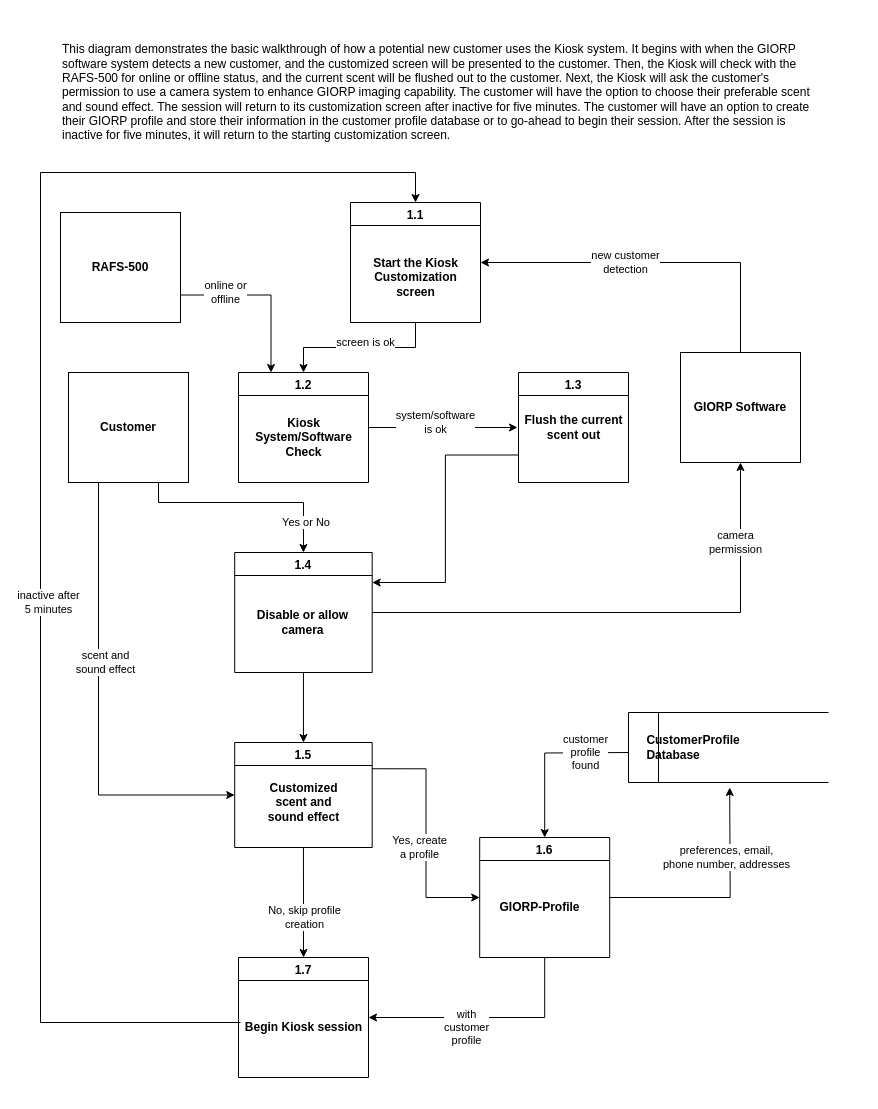
Before: Untitled Diagram.drawio in paige71/Draw.io, a draw.io diagram. Source tidied: cells renumbered, new cells numbered last; positions are measured from the earlier drawing's top-left corner, leaving out a move shared by most shapes. Both pictures are drawn from the tidied source at 100%, with x=0, y=0 at pixel (40, 42).
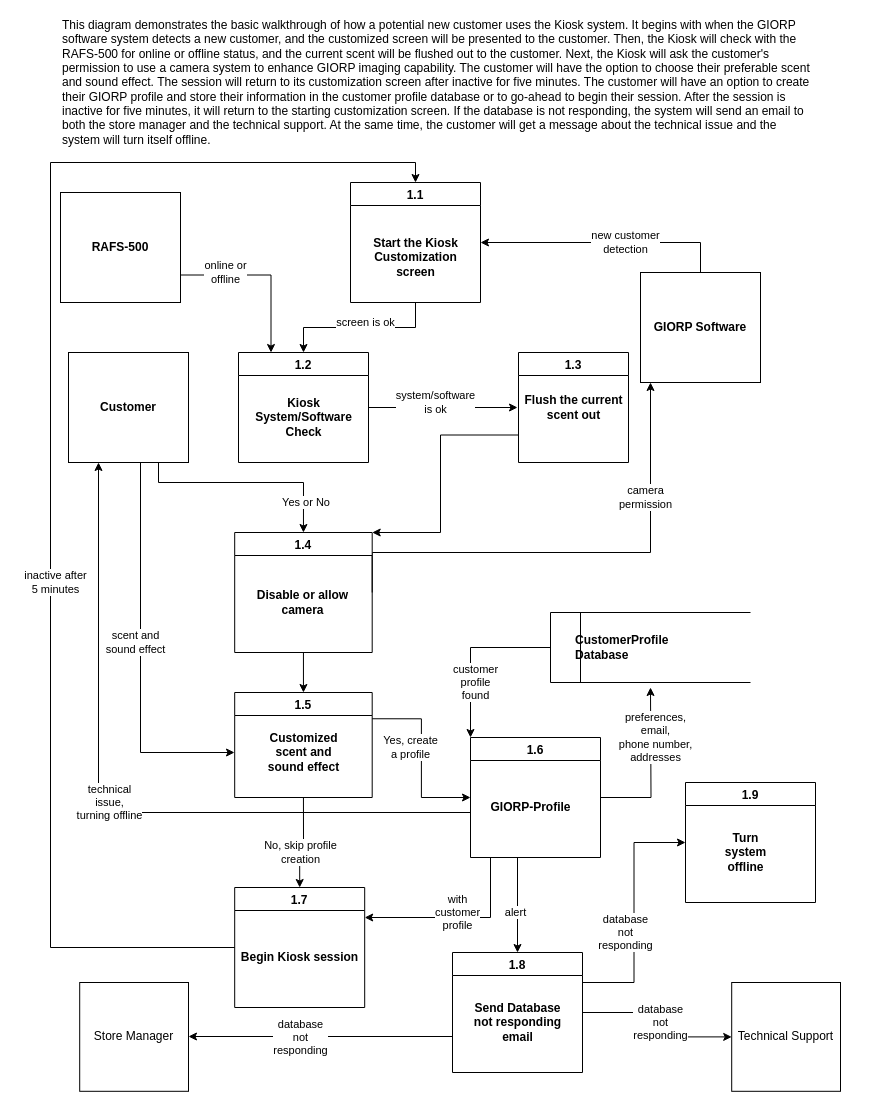
The same page after the edit.

Diff of the diagram source:
```diff
@@
-    <mxCell id="2" style="edgeStyle=orthogonalEdgeStyle;rounded=0;jettySize=auto;html=1;exitX=0.25;exitY=1;exitDx=0;exitDy=0;entryX=0;entryY=0.5;entryDx=0;entryDy=0;" parent="1" edge="1" source="4" target="24">
-      <mxGeometry relative="1" as="geometry" />
+    <mxCell id="2" style="edgeStyle=orthogonalEdgeStyle;rounded=0;jettySize=auto;html=1;exitX=0.25;exitY=1;exitDx=0;exitDy=0;" parent="1" edge="1" source="4">
+      <mxGeometry relative="1" as="geometry">
+        <mxPoint x="194" y="710" as="targetPoint" />
+        <Array as="points">
+          <mxPoint x="100" y="420" />
+          <mxPoint x="100" y="710" />
+          <mxPoint x="194" y="710" />
+        </Array>
+      </mxGeometry>
     </mxCell>
     <mxCell id="3" style="edgeStyle=orthogonalEdgeStyle;rounded=0;jettySize=auto;html=1;exitX=0.75;exitY=1;exitDx=0;exitDy=0;entryX=0.5;entryY=0;entryDx=0;entryDy=0;" parent="1" edge="1" source="4" target="39">
       <mxGeometry relative="1" as="geometry">
         <Array as="points">
-          <mxPoint x="118" y="460" />
-          <mxPoint x="263" y="460" />
+          <mxPoint x="118" y="440" />
+          <mxPoint x="263" y="440" />
         </Array>
       </mxGeometry>
     </mxCell>
     <mxCell id="4" value="&lt;b&gt;Customer&lt;/b&gt;" style="rounded=0;whiteSpace=wrap;html=1;" parent="1" vertex="1">
-      <mxGeometry x="28" y="330" width="120" height="110" as="geometry" />
+      <mxGeometry x="28" y="310" width="120" height="110" as="geometry" />
     </mxCell>
@@
     <mxCell id="6" value="1.1" style="swimlane;" parent="1" vertex="1">
-      <mxGeometry x="310" y="160" width="130" height="120" as="geometry" />
+      <mxGeometry x="310" y="140" width="130" height="120" as="geometry" />
     </mxCell>
@@
     <mxCell id="8" style="edgeStyle=orthogonalEdgeStyle;rounded=0;jettySize=auto;html=1;exitX=1;exitY=0.5;exitDx=0;exitDy=0;" parent="1" edge="1" source="10">
       <mxGeometry relative="1" as="geometry">
-        <mxPoint x="689.2" y="745" as="targetPoint" />
+        <mxPoint x="610" y="645" as="targetPoint" />
       </mxGeometry>
     </mxCell>
-    <mxCell id="9" style="edgeStyle=orthogonalEdgeStyle;rounded=0;jettySize=auto;html=1;exitX=0.5;exitY=1;exitDx=0;exitDy=0;entryX=1;entryY=0.5;entryDx=0;entryDy=0;" parent="1" edge="1" source="10" target="12">
-      <mxGeometry relative="1" as="geometry" />
+    <mxCell id="9" style="edgeStyle=orthogonalEdgeStyle;rounded=0;jettySize=auto;html=1;exitX=0.5;exitY=1;exitDx=0;exitDy=0;entryX=1;entryY=0.25;entryDx=0;entryDy=0;" parent="1" edge="1" source="10" target="12">
+      <mxGeometry relative="1" as="geometry">
+        <Array as="points">
+          <mxPoint x="450" y="815" />
+          <mxPoint x="450" y="875" />
+        </Array>
+      </mxGeometry>
     </mxCell>
+    <mxCell id="49" style="edgeStyle=orthogonalEdgeStyle;rounded=0;jettySize=auto;html=1;exitX=0.25;exitY=1;exitDx=0;exitDy=0;" parent="1" edge="1" source="10" target="59">
+      <mxGeometry relative="1" as="geometry">
+        <Array as="points">
+          <mxPoint x="477" y="815" />
+        </Array>
+      </mxGeometry>
+    </mxCell>
     <mxCell id="10" value="1.6" style="swimlane;startSize=23;" parent="1" vertex="1">
-      <mxGeometry x="439.2" y="795" width="130" height="120" as="geometry" />
+      <mxGeometry x="430" y="695" width="130" height="120" as="geometry" />
     </mxCell>
@@
+    <mxCell id="50" style="edgeStyle=orthogonalEdgeStyle;rounded=0;jettySize=auto;html=1;entryX=0.25;entryY=1;entryDx=0;entryDy=0;" parent="1" edge="1" target="4">
+      <mxGeometry relative="1" as="geometry">
+        <mxPoint x="430" y="770" as="sourcePoint" />
+        <Array as="points">
+          <mxPoint x="58" y="770" />
+        </Array>
+      </mxGeometry>
+    </mxCell>
+    <mxCell id="51" style="edgeStyle=orthogonalEdgeStyle;rounded=0;jettySize=auto;html=1;exitX=0;exitY=0.5;exitDx=0;exitDy=0;entryX=0.5;entryY=0;entryDx=0;entryDy=0;" parent="1" edge="1" source="12" target="6">
+      <mxGeometry relative="1" as="geometry">
+        <Array as="points">
+          <mxPoint x="10" y="905" />
+          <mxPoint x="10" y="120" />
+          <mxPoint x="375" y="120" />
+        </Array>
+      </mxGeometry>
+    </mxCell>
     <mxCell id="12" value="1.7" style="swimlane;" parent="1" vertex="1">
-      <mxGeometry x="198" y="915" width="130" height="120" as="geometry" />
+      <mxGeometry x="194.2" y="845" width="130" height="120" as="geometry" />
     </mxCell>
@@
-    <mxCell id="14" value="&lt;div&gt;This diagram demonstrates the basic walkthrough of how a potential new customer uses the Kiosk system. It begins with when the GIORP software system detects a new customer, and the customized screen will be presented to the customer. Then, the Kiosk will check with the RAFS-500 for online or offline status, and the current scent will be flushed out to the customer. Next, the Kiosk will ask the customer's permission to use a camera system to enhance GIORP imaging capability. The customer will have the option to choose their preferable scent and sound effect.&amp;nbsp;&lt;span&gt;The session will return to its customization screen after inactive for five minutes. The customer will have an option to create their GIORP profile and store their information in the customer profile database or to go-ahead to begin their session. After the session is inactive for five minutes, it will return to the starting customization screen.&amp;nbsp;&amp;nbsp;&lt;/span&gt;&lt;/div&gt;" style="text;html=1;strokeColor=none;fillColor=none;align=left;verticalAlign=middle;whiteSpace=wrap;rounded=0;" parent="1" vertex="1">
-      <mxGeometry x="20" width="750" height="100" as="geometry" />
+    <mxCell id="14" value="&lt;div&gt;This diagram demonstrates the basic walkthrough of how a potential new customer uses the Kiosk system. It begins with when the GIORP software system detects a new customer, and the customized screen will be presented to the customer. Then, the Kiosk will check with the RAFS-500 for online or offline status, and the current scent will be flushed out to the customer. Next, the Kiosk will ask the customer's permission to use a camera system to enhance GIORP imaging capability. The customer will have the option to choose their preferable scent and sound effect.&amp;nbsp;&lt;span&gt;The session will return to its customization screen after inactive for five minutes. The customer will have an option to create their GIORP profile and store their information in the customer profile database or to go-ahead to begin their session. After the session is inactive for five minutes, it will return to the starting customization screen. If the database is not responding, the system will send an email to both the store manager and the technical support. At the same time, the customer will get a message about the technical issue and the system will turn itself offline.&amp;nbsp;&lt;/span&gt;&lt;/div&gt;" style="text;html=1;strokeColor=none;fillColor=none;align=left;verticalAlign=middle;whiteSpace=wrap;rounded=0;" parent="1" vertex="1">
+      <mxGeometry x="20" y="-10" width="750" height="100" as="geometry" />
     </mxCell>
@@
     <mxCell id="16" value="&lt;b&gt;RAFS-500&lt;/b&gt;" style="rounded=0;whiteSpace=wrap;html=1;" parent="1" vertex="1">
-      <mxGeometry x="20" y="170" width="120" height="110" as="geometry" />
+      <mxGeometry x="20" y="150" width="120" height="110" as="geometry" />
     </mxCell>
@@
     <mxCell id="18" value="1.2" style="swimlane;" parent="1" vertex="1">
-      <mxGeometry x="198" y="330" width="130" height="110" as="geometry" />
+      <mxGeometry x="198" y="310" width="130" height="110" as="geometry" />
     </mxCell>
@@
     <mxCell id="21" value="&lt;b&gt;GIORP Software&lt;/b&gt;" style="rounded=0;whiteSpace=wrap;html=1;" parent="1" vertex="1">
-      <mxGeometry x="640" y="310" width="120" height="110" as="geometry" />
+      <mxGeometry x="600" y="230" width="120" height="110" as="geometry" />
     </mxCell>
@@
     <mxCell id="24" value="1.5" style="swimlane;" parent="1" vertex="1">
-      <mxGeometry x="194.2" y="700" width="137.5" height="105" as="geometry" />
+      <mxGeometry x="194.2" y="650" width="137.5" height="105" as="geometry" />
     </mxCell>
@@
     <mxCell id="26" value="Yes, create &lt;br&gt;a profile" style="edgeLabel;html=1;align=center;verticalAlign=middle;" parent="1" vertex="1">
-      <mxGeometry x="504.3" y="715" as="geometry">
+      <mxGeometry x="495" y="615" as="geometry">
         <mxPoint x="-126" y="89" as="offset" />
       </mxGeometry>
     </mxCell>
     <mxCell id="27" value="No, skip profile&lt;br&gt;creation" style="edgeLabel;html=1;align=center;verticalAlign=middle;" parent="1" vertex="1">
-      <mxGeometry x="389.3" y="785" as="geometry">
+      <mxGeometry x="385" y="720" as="geometry">
         <mxPoint x="-126" y="89" as="offset" />
       </mxGeometry>
     </mxCell>
     <mxCell id="28" value="scent and &lt;br&gt;sound effect" style="edgeLabel;html=1;align=center;verticalAlign=middle;" parent="1" vertex="1">
-      <mxGeometry x="190" y="530" as="geometry">
+      <mxGeometry x="220" y="510" as="geometry">
         <mxPoint x="-126" y="89" as="offset" />
       </mxGeometry>
     </mxCell>
-    <mxCell id="29" style="edgeStyle=orthogonalEdgeStyle;rounded=0;jettySize=auto;html=1;exitX=0;exitY=0.75;exitDx=0;exitDy=0;entryX=1;entryY=0.25;entryDx=0;entryDy=0;" parent="1" edge="1" source="30" target="39">
-      <mxGeometry relative="1" as="geometry" />
+    <mxCell id="29" style="edgeStyle=orthogonalEdgeStyle;rounded=0;jettySize=auto;html=1;exitX=0;exitY=0.75;exitDx=0;exitDy=0;entryX=1;entryY=0;entryDx=0;entryDy=0;" parent="1" edge="1" source="30" target="39">
+      <mxGeometry relative="1" as="geometry">
+        <Array as="points">
+          <mxPoint x="400" y="392" />
+          <mxPoint x="400" y="490" />
+        </Array>
+      </mxGeometry>
     </mxCell>
     <mxCell id="30" value="1.3" style="swimlane;" parent="1" vertex="1">
-      <mxGeometry x="478" y="330" width="110" height="110" as="geometry" />
+      <mxGeometry x="478" y="310" width="110" height="110" as="geometry" />
     </mxCell>
@@
-    <mxCell id="32" style="edgeStyle=orthogonalEdgeStyle;rounded=0;jettySize=auto;html=1;exitX=0;exitY=0.5;exitDx=0;exitDy=0;" parent="1" edge="1" target="10">
-      <mxGeometry relative="1" as="geometry">
-        <mxPoint x="589.2" y="710" as="sourcePoint" />
-      </mxGeometry>
-    </mxCell>
+    <mxCell id="52" style="edgeStyle=orthogonalEdgeStyle;rounded=0;jettySize=auto;html=1;exitX=0;exitY=0.5;exitDx=0;exitDy=0;entryX=0;entryY=0;entryDx=0;entryDy=0;" parent="1" edge="1" source="33" target="10">
+      <mxGeometry relative="1" as="geometry" />
+    </mxCell>
-    <mxCell id="33" value="&lt;span style=&quot;white-space: pre&quot;&gt;&lt;span style=&quot;white-space: pre&quot;&gt; &lt;span style=&quot;white-space: pre&quot;&gt; &lt;span style=&quot;white-space: pre&quot;&gt; &lt;/span&gt;&lt;span style=&quot;white-space: pre&quot;&gt; &lt;/span&gt;&lt;/span&gt;&lt;/span&gt;CustomerProfile &lt;br&gt;&lt;span style=&quot;white-space: pre&quot;&gt; &lt;/span&gt;&lt;span style=&quot;white-space: pre&quot;&gt; &lt;span style=&quot;white-space: pre&quot;&gt; &lt;/span&gt;&lt;span style=&quot;white-space: pre&quot;&gt; &lt;/span&gt;&lt;/span&gt;Database&lt;/span&gt;" style="html=1;dashed=0;whitespace=wrap;shape=mxgraph.dfd.dataStoreID;align=left;spacingLeft=3;points=[[0,0],[0.5,0],[1,0],[0,0.5],[1,0.5],[0,1],[0.5,1],[1,1]];fontStyle=1;" parent="1" vertex="1">
-      <mxGeometry x="588" y="670" width="200" height="70" as="geometry" />
+    <mxCell id="33" value="&lt;span style=&quot;white-space: pre&quot;&gt;&lt;span style=&quot;white-space: pre&quot;&gt; &lt;span style=&quot;white-space: pre&quot;&gt; &lt;span style=&quot;white-space: pre&quot;&gt; &lt;/span&gt;&lt;span style=&quot;white-space: pre&quot;&gt; &lt;span style=&quot;white-space: pre&quot;&gt; &lt;/span&gt;&lt;span style=&quot;white-space: pre&quot;&gt; &lt;/span&gt;&lt;/span&gt;&lt;/span&gt;&lt;/span&gt;CustomerProfile &lt;br&gt;&lt;span style=&quot;white-space: pre&quot;&gt; &lt;/span&gt;&lt;span style=&quot;white-space: pre&quot;&gt; &lt;span style=&quot;white-space: pre&quot;&gt; &lt;/span&gt;&lt;span style=&quot;white-space: pre&quot;&gt; &lt;span style=&quot;white-space: pre&quot;&gt; &lt;/span&gt;&lt;span style=&quot;white-space: pre&quot;&gt; &lt;/span&gt;&lt;/span&gt;&lt;/span&gt;Database&lt;/span&gt;" style="html=1;dashed=0;whitespace=wrap;shape=mxgraph.dfd.dataStoreID;align=left;spacingLeft=3;points=[[0,0],[0.5,0],[1,0],[0,0.5],[1,0.5],[0,1],[0.5,1],[1,1]];fontStyle=1;" parent="1" vertex="1">
+      <mxGeometry x="510" y="570" width="200" height="70" as="geometry" />
     </mxCell>
-    <mxCell id="34" value="preferences, email,&lt;br&gt;phone number, addresses" style="edgeLabel;html=1;align=center;verticalAlign=middle;" parent="1" vertex="1">
-      <mxGeometry x="811.3" y="725" as="geometry">
+    <mxCell id="34" value="preferences, &lt;br&gt;email,&lt;br&gt;phone number, &lt;br&gt;addresses" style="edgeLabel;html=1;align=center;verticalAlign=middle;" parent="1" vertex="1">
+      <mxGeometry x="740" y="605" as="geometry">
         <mxPoint x="-126" y="89" as="offset" />
       </mxGeometry>
     </mxCell>
     <mxCell id="35" value="&lt;span&gt;customer&lt;br&gt;profile&lt;/span&gt;&lt;br style=&quot;background-color: rgb(248 , 249 , 250)&quot;&gt;&lt;span&gt;found&lt;/span&gt;" style="edgeLabel;html=1;align=center;verticalAlign=middle;" parent="1" vertex="1">
-      <mxGeometry x="670" y="620" as="geometry">
+      <mxGeometry x="560" y="550" as="geometry">
         <mxPoint x="-126" y="89" as="offset" />
       </mxGeometry>
     </mxCell>
     <mxCell id="36" value="&lt;span&gt;with&lt;br&gt;customer&lt;br&gt;profile&lt;/span&gt;" style="edgeLabel;html=1;align=center;verticalAlign=middle;" parent="1" vertex="1">
-      <mxGeometry x="551.3" y="895" as="geometry">
+      <mxGeometry x="542" y="780" as="geometry">
         <mxPoint x="-126" y="89" as="offset" />
       </mxGeometry>
     </mxCell>
     <mxCell id="37" style="edgeStyle=orthogonalEdgeStyle;rounded=0;jettySize=auto;html=1;exitX=1;exitY=0.5;exitDx=0;exitDy=0;" parent="1" edge="1" source="39" target="21">
-      <mxGeometry relative="1" as="geometry" />
+      <mxGeometry relative="1" as="geometry">
+        <Array as="points">
+          <mxPoint x="332" y="510" />
+          <mxPoint x="610" y="510" />
+        </Array>
+      </mxGeometry>
     </mxCell>
@@
     <mxCell id="39" value="1.4" style="swimlane;startSize=23;" parent="1" vertex="1">
-      <mxGeometry x="194.2" y="510" width="137.5" height="120" as="geometry" />
+      <mxGeometry x="194.2" y="490" width="137.5" height="120" as="geometry" />
     </mxCell>
@@
     <mxCell id="41" value="&amp;nbsp;Yes or No" style="edgeLabel;html=1;align=center;verticalAlign=middle;" parent="1" vertex="1">
-      <mxGeometry x="389.3" y="390" as="geometry">
+      <mxGeometry x="389.3" y="370" as="geometry">
         <mxPoint x="-126" y="89" as="offset" />
       </mxGeometry>
     </mxCell>
-    <mxCell id="42" style="edgeStyle=orthogonalEdgeStyle;rounded=0;jettySize=auto;html=1;entryX=0.5;entryY=0;entryDx=0;entryDy=0;" parent="1" edge="1" target="6">
-      <mxGeometry relative="1" as="geometry">
-        <mxPoint x="200" y="980" as="sourcePoint" />
-        <Array as="points">
-          <mxPoint y="980" />
-          <mxPoint y="130" />
-          <mxPoint x="375" y="130" />
-        </Array>
-      </mxGeometry>
-    </mxCell>
     <mxCell id="43" value="&lt;span style=&quot;font-family: &amp;#34;helvetica&amp;#34;&quot;&gt;inactive after&lt;/span&gt;&lt;br style=&quot;font-family: &amp;#34;helvetica&amp;#34;&quot;&gt;&lt;span style=&quot;font-family: &amp;#34;helvetica&amp;#34;&quot;&gt;5 minutes&lt;/span&gt;" style="edgeLabel;html=1;align=center;verticalAlign=middle;" parent="1" vertex="1">
-      <mxGeometry x="133" y="470" as="geometry">
+      <mxGeometry x="140" y="450" as="geometry">
         <mxPoint x="-126" y="89" as="offset" />
       </mxGeometry>
     </mxCell>
     <mxCell id="44" value="online or &lt;br&gt;offline" style="edgeLabel;html=1;align=center;verticalAlign=middle;" parent="1" vertex="1">
-      <mxGeometry x="310" y="160" as="geometry">
+      <mxGeometry x="310" y="140" as="geometry">
         <mxPoint x="-126" y="89" as="offset" />
       </mxGeometry>
     </mxCell>
     <mxCell id="45" value="new customer&lt;br&gt;detection" style="edgeLabel;html=1;align=center;verticalAlign=middle;" parent="1" vertex="1">
-      <mxGeometry x="710" y="130" as="geometry">
+      <mxGeometry x="710" y="110" as="geometry">
         <mxPoint x="-126" y="89" as="offset" />
       </mxGeometry>
     </mxCell>
     <mxCell id="46" value="camera &lt;br&gt;permission" style="edgeLabel;html=1;align=center;verticalAlign=middle;" parent="1" vertex="1">
-      <mxGeometry x="820" y="410" as="geometry">
+      <mxGeometry x="730" y="365" as="geometry">
         <mxPoint x="-126" y="89" as="offset" />
       </mxGeometry>
     </mxCell>
     <mxCell id="47" value="screen is ok" style="edgeLabel;html=1;align=center;verticalAlign=middle;" parent="1" vertex="1">
-      <mxGeometry x="450" y="210" as="geometry">
+      <mxGeometry x="450" y="190" as="geometry">
         <mxPoint x="-126" y="89" as="offset" />
       </mxGeometry>
     </mxCell>
     <mxCell id="48" value="system/software &lt;br&gt;is ok" style="edgeLabel;html=1;align=center;verticalAlign=middle;" parent="1" vertex="1">
-      <mxGeometry x="520" y="290" as="geometry">
+      <mxGeometry x="520" y="270" as="geometry">
         <mxPoint x="-126" y="89" as="offset" />
       </mxGeometry>
     </mxCell>
+    <mxCell id="53" value="technical &lt;br&gt;issue, &lt;br&gt;turning offline" style="edgeLabel;html=1;align=center;verticalAlign=middle;" parent="1" vertex="1">
+      <mxGeometry x="194.3" y="670" as="geometry">
+        <mxPoint x="-126" y="89" as="offset" />
+      </mxGeometry>
+    </mxCell>
+    <mxCell id="54" value="Store Manager" style="whiteSpace=wrap;html=1;" parent="1" vertex="1">
+      <mxGeometry x="39.2" y="940" width="108.8" height="108.8" as="geometry" />
+    </mxCell>
+    <mxCell id="55" value="Technical Support" style="whiteSpace=wrap;html=1;" parent="1" vertex="1">
+      <mxGeometry x="691.2" y="940" width="108.8" height="108.8" as="geometry" />
+    </mxCell>
+    <mxCell id="56" style="edgeStyle=orthogonalEdgeStyle;rounded=0;jettySize=auto;html=1;exitX=0;exitY=0.5;exitDx=0;exitDy=0;" parent="1" edge="1" source="59" target="54">
+      <mxGeometry relative="1" as="geometry">
+        <Array as="points">
+          <mxPoint x="412" y="994" />
+        </Array>
+      </mxGeometry>
+    </mxCell>
+    <mxCell id="57" style="edgeStyle=orthogonalEdgeStyle;rounded=0;jettySize=auto;html=1;exitX=1;exitY=0.5;exitDx=0;exitDy=0;entryX=0;entryY=0.5;entryDx=0;entryDy=0;" parent="1" edge="1" source="59" target="55">
+      <mxGeometry relative="1" as="geometry" />
+    </mxCell>
+    <mxCell id="58" style="edgeStyle=orthogonalEdgeStyle;rounded=0;jettySize=auto;html=1;exitX=1;exitY=0.25;exitDx=0;exitDy=0;entryX=0;entryY=0.5;entryDx=0;entryDy=0;" parent="1" edge="1" source="59" target="64">
+      <mxGeometry relative="1" as="geometry" />
+    </mxCell>
+    <mxCell id="59" value="1.8" style="swimlane;" parent="1" vertex="1">
+      <mxGeometry x="412" y="910" width="130" height="120" as="geometry" />
+    </mxCell>
+    <mxCell id="60" value="&lt;span&gt;Send Database &lt;br&gt;not responding &lt;br&gt;email&lt;/span&gt;" style="text;html=1;align=center;verticalAlign=middle;strokeColor=none;fontStyle=1;" parent="59" vertex="1">
+      <mxGeometry x="15" y="45" width="100" height="50" as="geometry" />
+    </mxCell>
+    <mxCell id="61" value="database&lt;br&gt;not &lt;br&gt;responding" style="edgeLabel;html=1;align=center;verticalAlign=middle;" parent="1" vertex="1">
+      <mxGeometry x="385" y="905" as="geometry">
+        <mxPoint x="-126" y="89" as="offset" />
+      </mxGeometry>
+    </mxCell>
+    <mxCell id="62" value="database&lt;br&gt;not &lt;br&gt;responding" style="edgeLabel;html=1;align=center;verticalAlign=middle;" parent="1" vertex="1">
+      <mxGeometry x="745.6" y="890" as="geometry">
+        <mxPoint x="-126" y="89" as="offset" />
+      </mxGeometry>
+    </mxCell>
+    <mxCell id="63" value="alert" style="edgeLabel;html=1;align=center;verticalAlign=middle;" parent="1" vertex="1">
+      <mxGeometry x="600" y="780" as="geometry">
+        <mxPoint x="-126" y="89" as="offset" />
+      </mxGeometry>
+    </mxCell>
+    <mxCell id="64" value="1.9" style="swimlane;startSize=23;" parent="1" vertex="1">
+      <mxGeometry x="645" y="740" width="130" height="120" as="geometry" />
+    </mxCell>
+    <mxCell id="65" value="Turn &lt;br&gt;system &lt;br&gt;offline" style="text;html=1;align=center;verticalAlign=middle;strokeColor=none;fontStyle=1;" parent="64" vertex="1">
+      <mxGeometry x="30" y="45" width="60" height="50" as="geometry" />
+    </mxCell>
+    <mxCell id="66" value="database&lt;br&gt;not &lt;br&gt;responding" style="edgeLabel;html=1;align=center;verticalAlign=middle;" parent="1" vertex="1">
+      <mxGeometry x="710" y="800" as="geometry">
+        <mxPoint x="-126" y="89" as="offset" />
+      </mxGeometry>
+    </mxCell>
```
